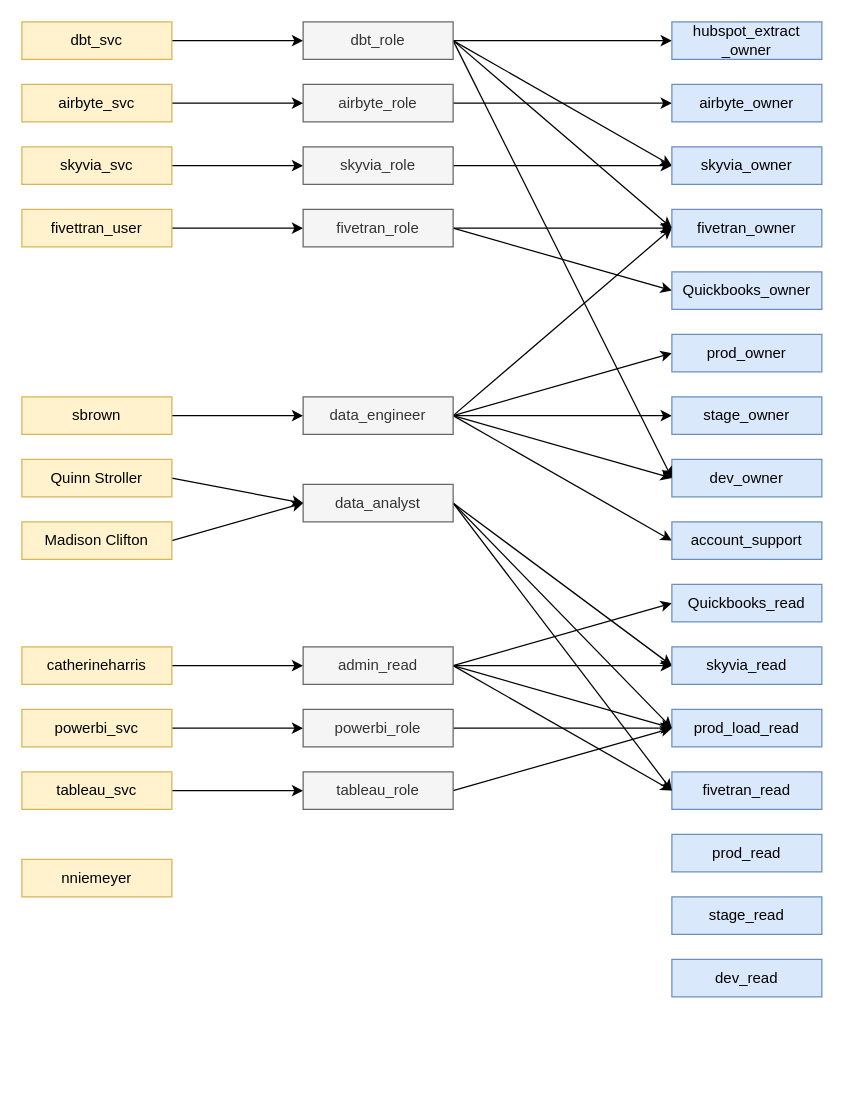
Earlier version of the draw.io diagram Documentation/Snowflake Security Diagram.drawio (samsolo512/Transactly). Source tidied: cells renumbered, new cells numbered last; positions are measured from the earlier drawing's top-left corner, leaving out a move shared by most shapes. Both pictures are drawn from the tidied source at 125%, with x=0, y=0 at pixel (21, 21).
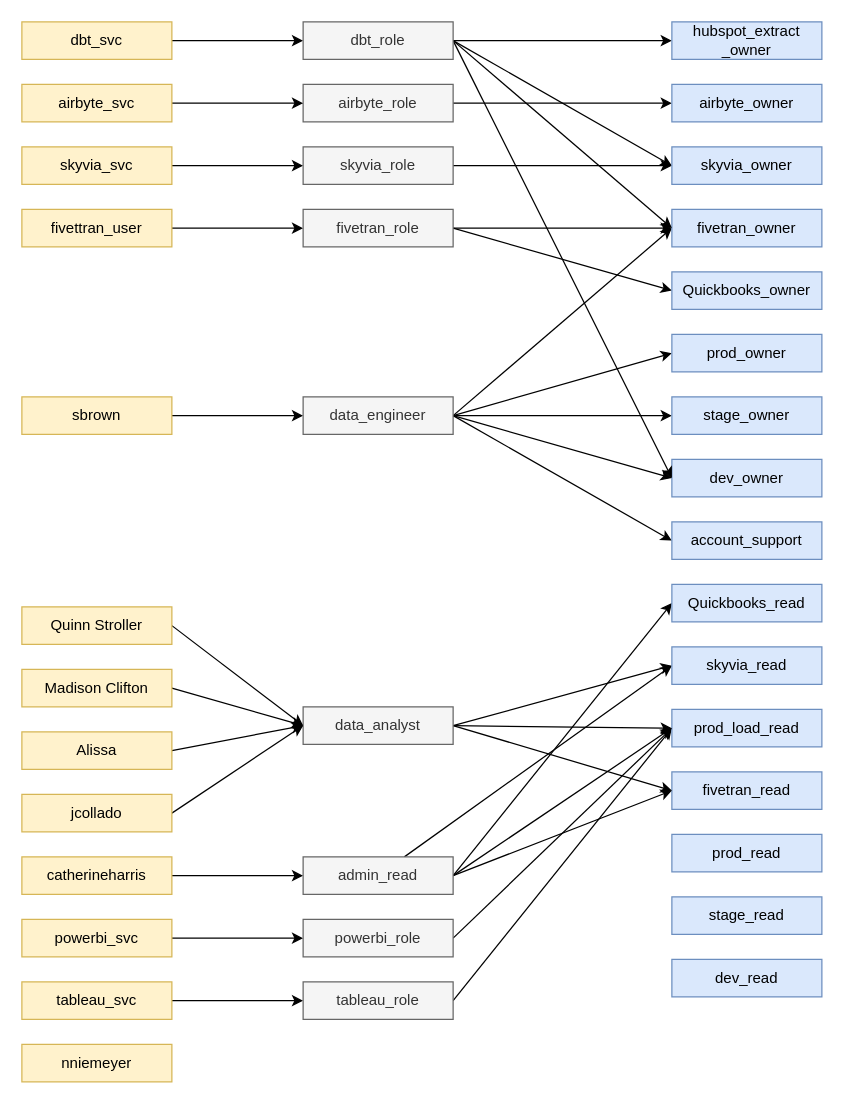
Above is the later version.

Commit message (it also covers changes not shown here):
changed security schema, high level arch overview, permissions to add Joan Collado

Change to the diagram source:
```diff
@@
     <mxCell id="7" value="powerbi_svc" style="rounded=0;whiteSpace=wrap;html=1;fillColor=#fff2cc;strokeColor=#d6b656;" parent="1" vertex="1">
-      <mxGeometry y="550" width="120" height="30" as="geometry" />
+      <mxGeometry y="718" width="120" height="30" as="geometry" />
     </mxCell>
@@
     <mxCell id="9" value="tableau_svc" style="rounded=0;whiteSpace=wrap;html=1;fillColor=#fff2cc;strokeColor=#d6b656;" parent="1" vertex="1">
-      <mxGeometry y="600" width="120" height="30" as="geometry" />
+      <mxGeometry y="768" width="120" height="30" as="geometry" />
     </mxCell>
@@
     <mxCell id="11" value="catherineharris" style="rounded=0;whiteSpace=wrap;html=1;fillColor=#fff2cc;strokeColor=#d6b656;" parent="1" vertex="1">
-      <mxGeometry y="500" width="120" height="30" as="geometry" />
+      <mxGeometry y="668" width="120" height="30" as="geometry" />
     </mxCell>
     <mxCell id="12" value="nniemeyer" style="rounded=0;whiteSpace=wrap;html=1;fillColor=#fff2cc;strokeColor=#d6b656;" parent="1" vertex="1">
-      <mxGeometry y="670" width="120" height="30" as="geometry" />
+      <mxGeometry y="818" width="120" height="30" as="geometry" />
     </mxCell>
@@
     <mxCell id="23" value="powerbi_role" style="rounded=0;whiteSpace=wrap;html=1;fillColor=#f5f5f5;fontColor=#333333;strokeColor=#666666;" parent="1" vertex="1">
-      <mxGeometry x="225" y="550" width="120" height="30" as="geometry" />
+      <mxGeometry x="225" y="718" width="120" height="30" as="geometry" />
     </mxCell>
@@
     <mxCell id="25" value="tableau_role" style="rounded=0;whiteSpace=wrap;html=1;fillColor=#f5f5f5;fontColor=#333333;strokeColor=#666666;" parent="1" vertex="1">
-      <mxGeometry x="225" y="600" width="120" height="30" as="geometry" />
+      <mxGeometry x="225" y="768" width="120" height="30" as="geometry" />
     </mxCell>
@@
     <mxCell id="38" value="data_analyst" style="rounded=0;whiteSpace=wrap;html=1;fillColor=#f5f5f5;fontColor=#333333;strokeColor=#666666;" parent="1" vertex="1">
-      <mxGeometry x="225" y="370" width="120" height="30" as="geometry" />
+      <mxGeometry x="225" y="548" width="120" height="30" as="geometry" />
     </mxCell>
@@
     <mxCell id="43" value="admin_read" style="rounded=0;whiteSpace=wrap;html=1;fillColor=#f5f5f5;fontColor=#333333;strokeColor=#666666;" parent="1" vertex="1">
-      <mxGeometry x="225" y="500" width="120" height="30" as="geometry" />
+      <mxGeometry x="225" y="668" width="120" height="30" as="geometry" />
     </mxCell>
@@
     <mxCell id="55" value="Quinn Stroller" style="rounded=0;whiteSpace=wrap;html=1;fillColor=#fff2cc;strokeColor=#d6b656;" parent="1" vertex="1">
-      <mxGeometry y="350" width="120" height="30" as="geometry" />
+      <mxGeometry y="468" width="120" height="30" as="geometry" />
     </mxCell>
@@
     <mxCell id="57" value="Madison Clifton" style="rounded=0;whiteSpace=wrap;html=1;fillColor=#fff2cc;strokeColor=#d6b656;" parent="1" vertex="1">
-      <mxGeometry y="400" width="120" height="30" as="geometry" />
+      <mxGeometry y="518" width="120" height="30" as="geometry" />
     </mxCell>
@@
+    <mxCell id="70" style="rounded=0;jettySize=auto;html=1;entryX=0;entryY=0.5;entryDx=0;entryDy=0;exitX=1;exitY=0.5;exitDx=0;exitDy=0;" parent="1" edge="1" source="71" target="38">
+      <mxGeometry relative="1" as="geometry" />
+    </mxCell>
+    <mxCell id="71" value="Alissa" style="rounded=0;whiteSpace=wrap;html=1;fillColor=#fff2cc;strokeColor=#d6b656;" parent="1" vertex="1">
+      <mxGeometry y="568" width="120" height="30" as="geometry" />
+    </mxCell>
+    <mxCell id="72" style="edgeStyle=none;rounded=0;jettySize=auto;html=1;entryX=0;entryY=0.5;entryDx=0;entryDy=0;exitX=1;exitY=0.5;exitDx=0;exitDy=0;" parent="1" edge="1" source="73" target="38">
+      <mxGeometry relative="1" as="geometry" />
+    </mxCell>
+    <mxCell id="73" value="jcollado" style="rounded=0;whiteSpace=wrap;html=1;fillColor=#fff2cc;strokeColor=#d6b656;" parent="1" vertex="1">
+      <mxGeometry y="618" width="120" height="30" as="geometry" />
+    </mxCell>
```
